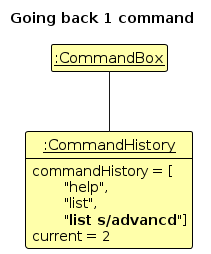
Before: diagrams/CommandHistoryState2.png, a diagram exported from PlantUML (choppyback/tp). Its source is kept beside it as diagrams/CommandHistoryState2.puml.
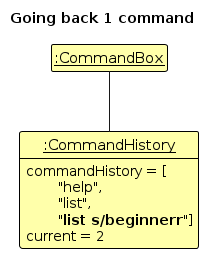
The same diagram one commit later.

Diff of the diagram source:
```diff
@@ -9,7 +9,7 @@
 title "Going back 1 command"
 Class "<u>:CommandBox" as CommandBox
 Class "<u>:CommandHistory" as CommandHistory {
-    commandHistory = [\n\t"help",\n\t"list", \n\t"<b>list s/advancd</b>"]
+    commandHistory = [\n\t"help",\n\t"list", \n\t"<b>list s/beginnerr</b>"]
     current = 2
 }
 CommandBox -- CommandHistory
```
